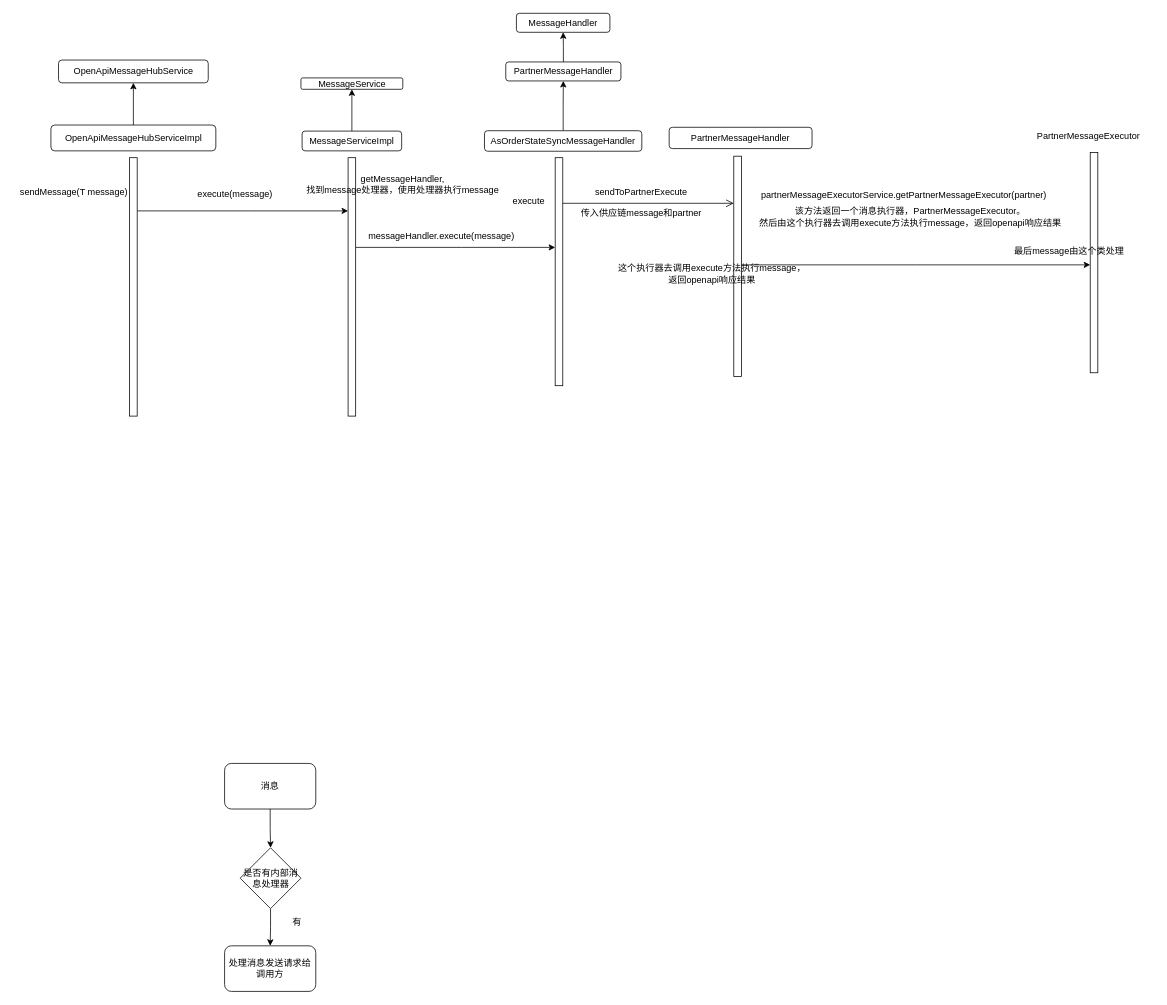
wizbao/wizbao keeps this draw.io diagram as images/diagrams/未命名绘图.drawio. Above is the earlier version. Source tidied: cells renumbered, new cells numbered last; positions are measured from the earlier drawing's top-left corner, leaving out a move shared by most shapes. Both pictures are drawn from the tidied source at 76%, with x=0, y=0 at pixel (13, 13).
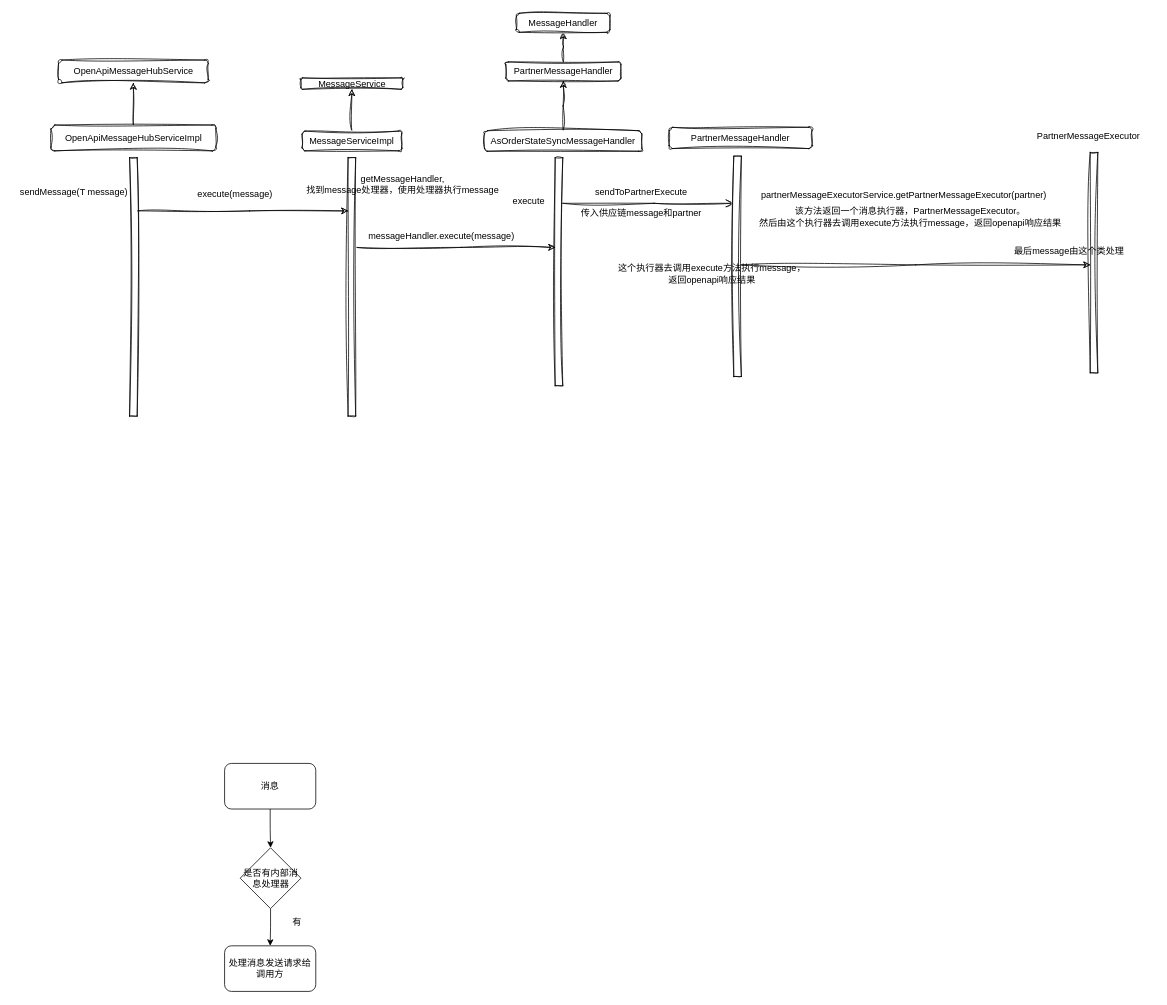
The same diagram, later.

Commit message:
更新未命名绘图.drawio

What changed in the source:
```diff
@@
-    <mxCell id="2" style="html=1;points=[];perimeter=orthogonalPerimeter;outlineConnect=0;targetShapes=umlLifeline;portConstraint=eastwest;newEdgeStyle={&quot;edgeStyle&quot;:&quot;elbowEdgeStyle&quot;,&quot;elbow&quot;:&quot;vertical&quot;,&quot;curved&quot;:0,&quot;rounded&quot;:0};" parent="1" vertex="1">
+    <mxCell id="2" style="html=1;points=[];perimeter=orthogonalPerimeter;outlineConnect=0;targetShapes=umlLifeline;portConstraint=eastwest;newEdgeStyle={&quot;edgeStyle&quot;:&quot;elbowEdgeStyle&quot;,&quot;elbow&quot;:&quot;vertical&quot;,&quot;curved&quot;:0,&quot;rounded&quot;:0};labelBackgroundColor=none;sketch=1;curveFitting=1;jiggle=2;" parent="1" vertex="1">
       <mxGeometry x="713" y="190" width="10" height="300" as="geometry" />
     </mxCell>
-    <mxCell id="3" style="verticalAlign=bottom;endArrow=open;endSize=8;edgeStyle=elbowEdgeStyle;elbow=vertical;curved=0;rounded=0;labelBorderColor=none;labelBackgroundColor=default;" parent="1" edge="1" source="2" target="5">
+    <mxCell id="3" style="verticalAlign=bottom;endArrow=open;endSize=8;edgeStyle=elbowEdgeStyle;elbow=vertical;curved=0;rounded=0;labelBorderColor=none;labelBackgroundColor=none;sketch=1;curveFitting=1;jiggle=2;" parent="1" edge="1" source="2" target="5">
       <mxGeometry x="-0.17" y="20" relative="1" as="geometry">
         <Array as="points">
           <mxPoint x="843" y="250" />
         </Array>
       </mxGeometry>
     </mxCell>
-    <mxCell id="4" style="edgeStyle=elbowEdgeStyle;rounded=0;jettySize=auto;html=1;elbow=vertical;curved=0;" parent="1" edge="1" source="5" target="11">
+    <mxCell id="4" style="edgeStyle=elbowEdgeStyle;rounded=0;jettySize=auto;html=1;elbow=vertical;curved=0;labelBackgroundColor=none;sketch=1;curveFitting=1;jiggle=2;" parent="1" edge="1" source="5" target="11">
       <mxGeometry relative="1" as="geometry" />
     </mxCell>
-    <mxCell id="5" style="html=1;points=[];perimeter=orthogonalPerimeter;outlineConnect=0;targetShapes=umlLifeline;portConstraint=eastwest;newEdgeStyle={&quot;edgeStyle&quot;:&quot;elbowEdgeStyle&quot;,&quot;elbow&quot;:&quot;vertical&quot;,&quot;curved&quot;:0,&quot;rounded&quot;:0};" parent="1" vertex="1">
+    <mxCell id="5" style="html=1;points=[];perimeter=orthogonalPerimeter;outlineConnect=0;targetShapes=umlLifeline;portConstraint=eastwest;newEdgeStyle={&quot;edgeStyle&quot;:&quot;elbowEdgeStyle&quot;,&quot;elbow&quot;:&quot;vertical&quot;,&quot;curved&quot;:0,&quot;rounded&quot;:0};labelBackgroundColor=none;sketch=1;curveFitting=1;jiggle=2;" parent="1" vertex="1">
       <mxGeometry x="948" y="188" width="10" height="290" as="geometry" />
     </mxCell>
-    <mxCell id="6" value="传入供应链message和partner" style="text;html=1;align=center;verticalAlign=middle;strokeColor=none;fillColor=none;" parent="1" vertex="1">
+    <mxCell id="6" value="传入供应链message和partner" style="text;html=1;align=center;verticalAlign=middle;strokeColor=none;fillColor=none;labelBackgroundColor=none;sketch=1;curveFitting=1;jiggle=2;" parent="1" vertex="1">
       <mxGeometry x="737" y="250" width="177" height="26" as="geometry" />
     </mxCell>
-    <mxCell id="7" value="partnerMessageExecutorService.getPartnerMessageExecutor(partner)" style="text;align=center;verticalAlign=middle;strokeColor=none;fillColor=none;" parent="1" vertex="1">
+    <mxCell id="7" value="partnerMessageExecutorService.getPartnerMessageExecutor(partner)" style="text;align=center;verticalAlign=middle;strokeColor=none;fillColor=none;labelBackgroundColor=none;sketch=1;curveFitting=1;jiggle=2;" parent="1" vertex="1">
       <mxGeometry x="937" y="209" width="470" height="60" as="geometry" />
     </mxCell>
-    <mxCell id="8" value="该方法返回一个消息执行器，PartnerMessageExecutor。&lt;br&gt;然后由这个执行器去调用execute方法执行message，返回openapi响应结果" style="text;html=1;align=center;verticalAlign=middle;strokeColor=none;fillColor=none;" parent="1" vertex="1">
+    <mxCell id="8" value="该方法返回一个消息执行器，PartnerMessageExecutor。&lt;br&gt;然后由这个执行器去调用execute方法执行message，返回openapi响应结果" style="text;html=1;align=center;verticalAlign=middle;strokeColor=none;fillColor=none;labelBackgroundColor=none;sketch=1;curveFitting=1;jiggle=2;" parent="1" vertex="1">
       <mxGeometry x="970" y="248" width="420" height="40" as="geometry" />
     </mxCell>
-    <mxCell id="9" value="execute" style="text;html=1;align=center;verticalAlign=middle;strokeColor=none;fillColor=none;" parent="1" vertex="1">
+    <mxCell id="9" value="execute" style="text;html=1;align=center;verticalAlign=middle;strokeColor=none;fillColor=none;labelBackgroundColor=none;sketch=1;curveFitting=1;jiggle=2;" parent="1" vertex="1">
       <mxGeometry x="648" y="235" width="60" height="26" as="geometry" />
     </mxCell>
-    <mxCell id="10" value="sendToPartnerExecute" style="text;html=1;align=center;verticalAlign=middle;strokeColor=none;fillColor=none;" parent="1" vertex="1">
+    <mxCell id="10" value="sendToPartnerExecute" style="text;html=1;align=center;verticalAlign=middle;strokeColor=none;fillColor=none;labelBackgroundColor=none;sketch=1;curveFitting=1;jiggle=2;" parent="1" vertex="1">
       <mxGeometry x="756" y="222" width="139" height="26" as="geometry" />
     </mxCell>
-    <mxCell id="11" style="html=1;points=[];perimeter=orthogonalPerimeter;outlineConnect=0;targetShapes=umlLifeline;portConstraint=eastwest;newEdgeStyle={&quot;edgeStyle&quot;:&quot;elbowEdgeStyle&quot;,&quot;elbow&quot;:&quot;vertical&quot;,&quot;curved&quot;:0,&quot;rounded&quot;:0};" parent="1" vertex="1">
+    <mxCell id="11" style="html=1;points=[];perimeter=orthogonalPerimeter;outlineConnect=0;targetShapes=umlLifeline;portConstraint=eastwest;newEdgeStyle={&quot;edgeStyle&quot;:&quot;elbowEdgeStyle&quot;,&quot;elbow&quot;:&quot;vertical&quot;,&quot;curved&quot;:0,&quot;rounded&quot;:0};labelBackgroundColor=none;sketch=1;curveFitting=1;jiggle=2;" parent="1" vertex="1">
       <mxGeometry x="1417" y="183" width="10" height="290" as="geometry" />
     </mxCell>
-    <mxCell id="12" value="&lt;br&gt;这个执行器去调用execute方法执行message，&lt;br&gt;返回openapi响应结果" style="text;html=1;align=center;verticalAlign=middle;strokeColor=none;fillColor=none;" parent="1" vertex="1">
+    <mxCell id="12" value="&lt;br&gt;这个执行器去调用execute方法执行message，&lt;br&gt;返回openapi响应结果" style="text;html=1;align=center;verticalAlign=middle;strokeColor=none;fillColor=none;labelBackgroundColor=none;sketch=1;curveFitting=1;jiggle=2;" parent="1" vertex="1">
       <mxGeometry x="786" y="308" width="265" height="55" as="geometry" />
     </mxCell>
-    <mxCell id="13" value="PartnerMessageExecutor" style="text;align=center;verticalAlign=middle;strokeColor=none;fillColor=none;" parent="1" vertex="1">
+    <mxCell id="13" value="PartnerMessageExecutor" style="text;align=center;verticalAlign=middle;strokeColor=none;fillColor=none;labelBackgroundColor=none;sketch=1;curveFitting=1;jiggle=2;" parent="1" vertex="1">
       <mxGeometry x="1329" y="133" width="172" height="57" as="geometry" />
     </mxCell>
-    <mxCell id="14" value="最后message由这个类处理" style="text;html=1;align=center;verticalAlign=middle;strokeColor=none;fillColor=none;" parent="1" vertex="1">
+    <mxCell id="14" value="最后message由这个类处理" style="text;html=1;align=center;verticalAlign=middle;strokeColor=none;fillColor=none;labelBackgroundColor=none;sketch=1;curveFitting=1;jiggle=2;" parent="1" vertex="1">
       <mxGeometry x="1307" y="300" width="163" height="26" as="geometry" />
     </mxCell>
-    <mxCell id="15" style="edgeStyle=orthogonalEdgeStyle;rounded=0;jettySize=auto;html=1;entryX=0.5;entryY=1;entryDx=0;entryDy=0;" parent="1" edge="1" source="16" target="20">
+    <mxCell id="15" style="edgeStyle=orthogonalEdgeStyle;rounded=0;jettySize=auto;html=1;entryX=0.5;entryY=1;entryDx=0;entryDy=0;labelBackgroundColor=none;sketch=1;curveFitting=1;jiggle=2;" parent="1" edge="1" source="16" target="20">
       <mxGeometry relative="1" as="geometry" />
     </mxCell>
-    <mxCell id="16" value="PartnerMessageHandler" style="rounded=1;whiteSpace=wrap;" parent="1" vertex="1">
+    <mxCell id="16" value="PartnerMessageHandler" style="rounded=1;whiteSpace=wrap;labelBackgroundColor=none;sketch=1;curveFitting=1;jiggle=2;" parent="1" vertex="1">
       <mxGeometry x="648" y="64" width="151.5" height="25" as="geometry" />
     </mxCell>
-    <mxCell id="17" style="edgeStyle=orthogonalEdgeStyle;rounded=0;jettySize=auto;html=1;entryX=0.5;entryY=1;entryDx=0;entryDy=0;" parent="1" edge="1" source="18" target="16">
+    <mxCell id="17" style="edgeStyle=orthogonalEdgeStyle;rounded=0;jettySize=auto;html=1;entryX=0.5;entryY=1;entryDx=0;entryDy=0;labelBackgroundColor=none;sketch=1;curveFitting=1;jiggle=2;" parent="1" edge="1" source="18" target="16">
       <mxGeometry relative="1" as="geometry" />
     </mxCell>
-    <mxCell id="18" value="AsOrderStateSyncMessageHandler" style="rounded=1;whiteSpace=wrap;html=1;" parent="1" vertex="1">
+    <mxCell id="18" value="AsOrderStateSyncMessageHandler" style="rounded=1;whiteSpace=wrap;html=1;labelBackgroundColor=none;sketch=1;curveFitting=1;jiggle=2;" parent="1" vertex="1">
       <mxGeometry x="620" y="154.5" width="207" height="27" as="geometry" />
     </mxCell>
-    <mxCell id="19" value="PartnerMessageHandler" style="rounded=1;whiteSpace=wrap;html=1;" parent="1" vertex="1">
+    <mxCell id="19" value="PartnerMessageHandler" style="rounded=1;whiteSpace=wrap;html=1;labelBackgroundColor=none;sketch=1;curveFitting=1;jiggle=2;" parent="1" vertex="1">
       <mxGeometry x="863" y="150" width="188" height="28" as="geometry" />
     </mxCell>
-    <mxCell id="20" value="MessageHandler" style="rounded=1;whiteSpace=wrap;html=1;" parent="1" vertex="1">
+    <mxCell id="20" value="MessageHandler" style="rounded=1;whiteSpace=wrap;html=1;labelBackgroundColor=none;sketch=1;curveFitting=1;jiggle=2;" parent="1" vertex="1">
       <mxGeometry x="662" width="123" height="25" as="geometry" />
     </mxCell>
-    <mxCell id="21" style="edgeStyle=elbowEdgeStyle;rounded=0;jettySize=auto;html=1;elbow=vertical;curved=0;" parent="1" edge="1" source="22" target="2">
+    <mxCell id="21" style="edgeStyle=elbowEdgeStyle;rounded=0;jettySize=auto;html=1;elbow=vertical;curved=0;labelBackgroundColor=none;sketch=1;curveFitting=1;jiggle=2;" parent="1" edge="1" source="22" target="2">
       <mxGeometry relative="1" as="geometry">
         <Array as="points">
           <mxPoint x="590" y="308" />
         </Array>
       </mxGeometry>
     </mxCell>
-    <mxCell id="22" style="html=1;points=[];perimeter=orthogonalPerimeter;outlineConnect=0;targetShapes=umlLifeline;portConstraint=eastwest;newEdgeStyle={&quot;edgeStyle&quot;:&quot;elbowEdgeStyle&quot;,&quot;elbow&quot;:&quot;vertical&quot;,&quot;curved&quot;:0,&quot;rounded&quot;:0};" parent="1" vertex="1">
+    <mxCell id="22" style="html=1;points=[];perimeter=orthogonalPerimeter;outlineConnect=0;targetShapes=umlLifeline;portConstraint=eastwest;newEdgeStyle={&quot;edgeStyle&quot;:&quot;elbowEdgeStyle&quot;,&quot;elbow&quot;:&quot;vertical&quot;,&quot;curved&quot;:0,&quot;rounded&quot;:0};labelBackgroundColor=none;sketch=1;curveFitting=1;jiggle=2;" parent="1" vertex="1">
       <mxGeometry x="440.5" y="190" width="10" height="340" as="geometry" />
     </mxCell>
-    <mxCell id="23" style="edgeStyle=orthogonalEdgeStyle;rounded=0;jettySize=auto;html=1;entryX=0.5;entryY=1;entryDx=0;entryDy=0;" parent="1" edge="1" source="24" target="25">
+    <mxCell id="23" style="edgeStyle=orthogonalEdgeStyle;rounded=0;jettySize=auto;html=1;entryX=0.5;entryY=1;entryDx=0;entryDy=0;labelBackgroundColor=none;sketch=1;curveFitting=1;jiggle=2;" parent="1" edge="1" source="24" target="25">
       <mxGeometry relative="1" as="geometry" />
     </mxCell>
-    <mxCell id="24" value="MessageServiceImpl" style="rounded=1;whiteSpace=wrap;html=1;" parent="1" vertex="1">
+    <mxCell id="24" value="MessageServiceImpl" style="rounded=1;whiteSpace=wrap;html=1;labelBackgroundColor=none;sketch=1;curveFitting=1;jiggle=2;" parent="1" vertex="1">
       <mxGeometry x="380" y="155" width="131" height="26" as="geometry" />
     </mxCell>
-    <mxCell id="25" value="MessageService" style="rounded=1;whiteSpace=wrap;" parent="1" vertex="1">
+    <mxCell id="25" value="MessageService" style="rounded=1;whiteSpace=wrap;labelBackgroundColor=none;sketch=1;curveFitting=1;jiggle=2;" parent="1" vertex="1">
       <mxGeometry x="378.5" y="85" width="134" height="15" as="geometry" />
     </mxCell>
-    <mxCell id="26" style="edgeStyle=orthogonalEdgeStyle;rounded=0;jettySize=auto;html=1;" parent="1" edge="1" source="27" target="30">
+    <mxCell id="26" style="edgeStyle=orthogonalEdgeStyle;rounded=0;jettySize=auto;html=1;labelBackgroundColor=none;sketch=1;curveFitting=1;jiggle=2;" parent="1" edge="1" source="27" target="30">
       <mxGeometry relative="1" as="geometry" />
     </mxCell>
-    <mxCell id="27" value="OpenApiMessageHubServiceImpl" style="rounded=1;whiteSpace=wrap;" parent="1" vertex="1">
+    <mxCell id="27" value="OpenApiMessageHubServiceImpl" style="rounded=1;whiteSpace=wrap;labelBackgroundColor=none;sketch=1;curveFitting=1;jiggle=2;" parent="1" vertex="1">
       <mxGeometry x="49.5" y="147" width="217" height="34" as="geometry" />
     </mxCell>
-    <mxCell id="28" style="edgeStyle=elbowEdgeStyle;rounded=0;jettySize=auto;html=1;elbow=vertical;curved=0;" parent="1" edge="1" source="29" target="22">
+    <mxCell id="28" style="edgeStyle=elbowEdgeStyle;rounded=0;jettySize=auto;html=1;elbow=vertical;curved=0;labelBackgroundColor=none;sketch=1;curveFitting=1;jiggle=2;" parent="1" edge="1" source="29" target="22">
       <mxGeometry relative="1" as="geometry">
         <Array as="points">
           <mxPoint x="311" y="260" />
         </Array>
       </mxGeometry>
     </mxCell>
-    <mxCell id="29" style="html=1;points=[];perimeter=orthogonalPerimeter;outlineConnect=0;targetShapes=umlLifeline;portConstraint=eastwest;newEdgeStyle={&quot;edgeStyle&quot;:&quot;elbowEdgeStyle&quot;,&quot;elbow&quot;:&quot;vertical&quot;,&quot;curved&quot;:0,&quot;rounded&quot;:0};" parent="1" vertex="1">
+    <mxCell id="29" style="html=1;points=[];perimeter=orthogonalPerimeter;outlineConnect=0;targetShapes=umlLifeline;portConstraint=eastwest;newEdgeStyle={&quot;edgeStyle&quot;:&quot;elbowEdgeStyle&quot;,&quot;elbow&quot;:&quot;vertical&quot;,&quot;curved&quot;:0,&quot;rounded&quot;:0};labelBackgroundColor=none;sketch=1;curveFitting=1;jiggle=2;" parent="1" vertex="1">
       <mxGeometry x="153" y="190" width="10" height="340" as="geometry" />
     </mxCell>
-    <mxCell id="30" value="OpenApiMessageHubService" style="rounded=1;whiteSpace=wrap;" parent="1" vertex="1">
+    <mxCell id="30" value="OpenApiMessageHubService" style="rounded=1;whiteSpace=wrap;labelBackgroundColor=none;sketch=1;curveFitting=1;jiggle=2;" parent="1" vertex="1">
       <mxGeometry x="59.5" y="61.5" width="197" height="30" as="geometry" />
     </mxCell>
-    <mxCell id="31" value="sendMessage(T message)" style="text;align=center;verticalAlign=middle;strokeColor=none;fillColor=none;" parent="1" vertex="1">
+    <mxCell id="31" value="sendMessage(T message)" style="text;align=center;verticalAlign=middle;strokeColor=none;fillColor=none;labelBackgroundColor=none;sketch=1;curveFitting=1;jiggle=2;" parent="1" vertex="1">
       <mxGeometry y="222" width="160" height="26" as="geometry" />
     </mxCell>
-    <mxCell id="32" value="getMessageHandler,&#10;找到message处理器，使用处理器执行message" style="text;align=center;verticalAlign=middle;strokeColor=none;fillColor=none;" parent="1" vertex="1">
+    <mxCell id="32" value="getMessageHandler,&#10;找到message处理器，使用处理器执行message" style="text;align=center;verticalAlign=middle;strokeColor=none;fillColor=none;labelBackgroundColor=none;sketch=1;curveFitting=1;jiggle=2;" parent="1" vertex="1">
       <mxGeometry x="377" y="204" width="271" height="41" as="geometry" />
     </mxCell>
-    <mxCell id="33" value="execute(message)" style="text;align=center;verticalAlign=middle;strokeColor=none;fillColor=none;" parent="1" vertex="1">
+    <mxCell id="33" value="execute(message)" style="text;align=center;verticalAlign=middle;strokeColor=none;fillColor=none;labelBackgroundColor=none;sketch=1;curveFitting=1;jiggle=2;" parent="1" vertex="1">
       <mxGeometry x="227" y="209" width="130" height="57" as="geometry" />
     </mxCell>
-    <mxCell id="34" value="messageHandler.execute(message)" style="text;html=1;align=center;verticalAlign=middle;strokeColor=none;fillColor=none;" parent="1" vertex="1">
+    <mxCell id="34" value="messageHandler.execute(message)" style="text;html=1;align=center;verticalAlign=middle;strokeColor=none;fillColor=none;labelBackgroundColor=none;sketch=1;curveFitting=1;jiggle=2;" parent="1" vertex="1">
       <mxGeometry x="458" y="280" width="210" height="26" as="geometry" />
     </mxCell>
```
